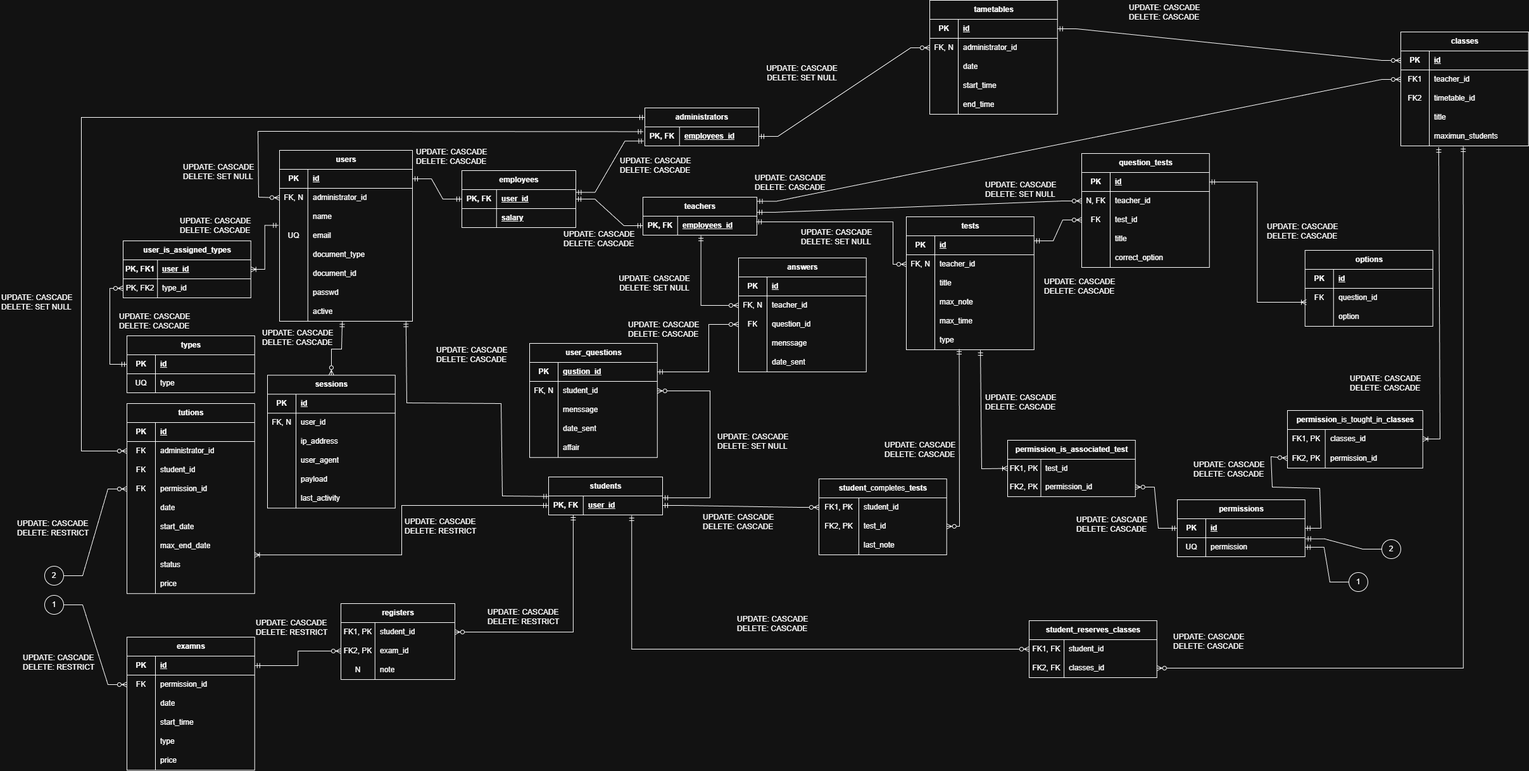
Before: zOthers/DisenoBD/disenoLogicoAutoquiray.drawio.png, a diagram exported from draw.io (Timmo230/autoquiray). Source tidied: cells renumbered, new cells last; positions are measured from the earlier drawing's top-left corner, leaving out a move shared by most shapes.
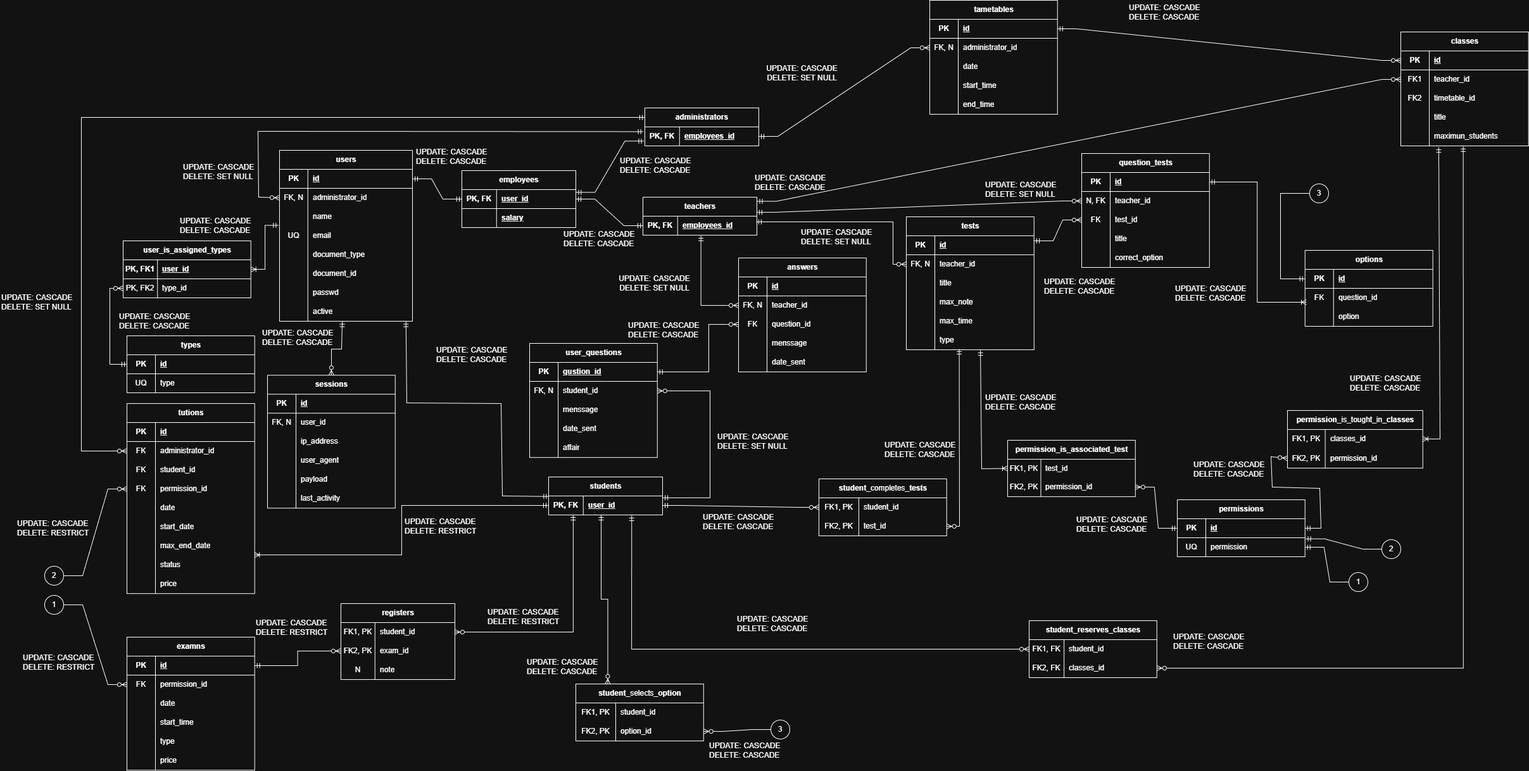
The same diagram one commit later.

Diff of the diagram source:
```diff
@@ -290,7 +290,7 @@
       </mxGeometry>
     </mxCell>
     <mxCell id="95" value="student_&lt;span style=&quot;font-weight: 400; text-wrap-mode: wrap;&quot;&gt;completes&lt;/span&gt;_tests" style="shape=table;startSize=30;rowLines=0;fontStyle=1;align=center;html=1;" parent="1" vertex="1">
-      <mxGeometry x="1293" y="756" width="201.8" height="120" as="geometry" />
+      <mxGeometry x="1293" y="756" width="201.8" height="90" as="geometry" />
     </mxCell>
     <mxCell id="96" style="shape=tableRow;horizontal=0;startSize=0;swimlaneHead=0;swimlaneBody=0;fillColor=none;points=[[0,0.5],[1,0.5]];portConstraint=eastwest;top=0;left=0;right=0;bottom=0;" parent="95" vertex="1">
       <mxGeometry y="30" width="201.8" height="30" as="geometry" />
@@ -310,15 +310,6 @@
     <mxCell id="101" value="test_id" style="shape=partialRectangle;fillColor=none;top=0;left=0;bottom=0;right=0;align=left;spacingLeft=6;overflow=hidden;whiteSpace=wrap;html=1;" parent="99" vertex="1">
       <mxGeometry x="63" width="138.8" height="30" as="geometry" />
     </mxCell>
-    <mxCell id="102" style="shape=tableRow;horizontal=0;startSize=0;swimlaneHead=0;swimlaneBody=0;fillColor=none;top=0;left=0;right=0;bottom=0;swimlaneLine=1;strokeColor=default;" parent="95" vertex="1">
-      <mxGeometry y="90" width="201.8" height="30" as="geometry" />
-    </mxCell>
-    <mxCell id="103" style="shape=partialRectangle;fillColor=none;top=0;left=0;bottom=0;right=0;overflow=hidden;whiteSpace=wrap;html=1;" parent="102" vertex="1">
-      <mxGeometry width="63" height="30" as="geometry" />
-    </mxCell>
-    <mxCell id="104" value="last_note" style="shape=partialRectangle;fillColor=none;top=0;left=0;bottom=0;right=0;align=left;spacingLeft=6;overflow=hidden;whiteSpace=wrap;html=1;labelBorderColor=none;" parent="102" vertex="1">
-      <mxGeometry x="63" width="138.8" height="30" as="geometry" />
-    </mxCell>
     <mxCell id="105" style="edgeStyle=entityRelationEdgeStyle;fontSize=12;html=1;endArrow=ERzeroToMany;startArrow=ERmandOne;rounded=0;exitX=1;exitY=0.5;exitDx=0;exitDy=0;entryX=0;entryY=0.5;entryDx=0;entryDy=0;" parent="1" edge="1" source="36" target="96">
       <mxGeometry relative="1" as="geometry" />
     </mxCell>
@@ -952,7 +943,7 @@
       <mxGeometry x="2130" y="590" width="120" height="30" as="geometry" />
     </mxCell>
     <mxCell id="302" value="UPDATE: CASCADE&lt;div&gt;DELETE: CASCADE&lt;/div&gt;" style="text;html=1;whiteSpace=wrap;strokeColor=none;fillColor=none;align=left;verticalAlign=middle;rounded=0;" parent="1" vertex="1">
-      <mxGeometry x="1999" y="350" width="120" height="30" as="geometry" />
+      <mxGeometry x="1854" y="448" width="120" height="30" as="geometry" />
     </mxCell>
     <mxCell id="303" value="UPDATE: CASCADE&lt;div&gt;DELETE: SET NULL&lt;/div&gt;" style="text;html=1;whiteSpace=wrap;strokeColor=none;fillColor=none;align=left;verticalAlign=middle;rounded=0;" parent="1" vertex="1">
       <mxGeometry y="462" width="139" height="30" as="geometry" />
@@ -1113,5 +1104,53 @@
     <mxCell id="352" value="UPDATE: CASCADE&lt;div&gt;DELETE: CASCADE&lt;/div&gt;" style="text;html=1;whiteSpace=wrap;strokeColor=none;fillColor=none;align=left;verticalAlign=middle;rounded=0;" parent="1" vertex="1">
       <mxGeometry x="412" y="518" width="120" height="30" as="geometry" />
     </mxCell>
+    <mxCell id="353" value="student_&lt;span style=&quot;font-weight: 400; text-wrap-mode: wrap;&quot;&gt;selects&lt;/span&gt;_option" style="shape=table;startSize=30;rowLines=0;fontStyle=1;align=center;html=1;" parent="1" vertex="1">
+      <mxGeometry x="909" y="1080" width="201.8" height="90" as="geometry" />
+    </mxCell>
+    <mxCell id="354" style="shape=tableRow;horizontal=0;startSize=0;swimlaneHead=0;swimlaneBody=0;fillColor=none;top=0;left=0;right=0;bottom=0;" parent="353" vertex="1">
+      <mxGeometry y="30" width="201.8" height="30" as="geometry" />
+    </mxCell>
+    <mxCell id="355" value="FK1, PK" style="shape=partialRectangle;fillColor=none;top=0;left=0;bottom=0;right=0;overflow=hidden;whiteSpace=wrap;html=1;" parent="354" vertex="1">
+      <mxGeometry width="63" height="30" as="geometry" />
+    </mxCell>
+    <mxCell id="356" value="student_id" style="shape=partialRectangle;fillColor=none;top=0;left=0;bottom=0;right=0;align=left;spacingLeft=6;overflow=hidden;whiteSpace=wrap;html=1;" parent="354" vertex="1">
+      <mxGeometry x="63" width="138.8" height="30" as="geometry" />
+    </mxCell>
+    <mxCell id="357" style="shape=tableRow;horizontal=0;startSize=0;swimlaneHead=0;swimlaneBody=0;fillColor=none;points=[[0,0.5],[1,0.5]];portConstraint=eastwest;top=0;left=0;right=0;bottom=0;" parent="353" vertex="1">
+      <mxGeometry y="60" width="201.8" height="30" as="geometry" />
+    </mxCell>
+    <mxCell id="358" value="FK2, PK" style="shape=partialRectangle;fillColor=none;top=0;left=0;bottom=0;right=0;overflow=hidden;whiteSpace=wrap;html=1;" parent="357" vertex="1">
+      <mxGeometry width="63" height="30" as="geometry" />
+    </mxCell>
+    <mxCell id="359" value="option_id" style="shape=partialRectangle;fillColor=none;top=0;left=0;bottom=0;right=0;align=left;spacingLeft=6;overflow=hidden;whiteSpace=wrap;html=1;" parent="357" vertex="1">
+      <mxGeometry x="63" width="138.8" height="30" as="geometry" />
+    </mxCell>
+    <mxCell id="360" style="fontSize=12;html=1;endArrow=ERzeroToMany;startArrow=ERmandOne;rounded=0;entryX=0.25;entryY=0;entryDx=0;entryDy=0;edgeStyle=elbowEdgeStyle;elbow=vertical;" parent="1" edge="1" target="353">
+      <mxGeometry relative="1" as="geometry">
+        <mxPoint x="949" y="813" as="sourcePoint" />
+      </mxGeometry>
+    </mxCell>
+    <mxCell id="361" value="3" style="ellipse;whiteSpace=wrap;html=1;" parent="1" vertex="1">
+      <mxGeometry x="1217" y="1137" width="30" height="30" as="geometry" />
+    </mxCell>
+    <mxCell id="362" style="edgeStyle=entityRelationEdgeStyle;fontSize=12;html=1;endArrow=ERzeroToMany;endFill=1;rounded=0;exitX=0;exitY=0.5;exitDx=0;exitDy=0;" parent="1" edge="1" source="361" target="357">
+      <mxGeometry relative="1" as="geometry" />
+    </mxCell>
+    <mxCell id="363" value="3" style="ellipse;whiteSpace=wrap;html=1;" parent="1" vertex="1">
+      <mxGeometry x="2068" y="290" width="30" height="30" as="geometry" />
+    </mxCell>
+    <mxCell id="364" style="edgeStyle=elbowEdgeStyle;fontSize=12;html=1;endArrow=ERmandOne;rounded=0;exitX=0;exitY=0.5;exitDx=0;exitDy=0;entryX=0;entryY=0.5;entryDx=0;entryDy=0;" parent="1" edge="1" source="363" target="255">
+      <mxGeometry relative="1" as="geometry">
+        <Array as="points">
+          <mxPoint x="2022" y="382" />
+        </Array>
+      </mxGeometry>
+    </mxCell>
+    <mxCell id="365" value="UPDATE: CASCADE&lt;div&gt;DELETE: CASCADE&lt;/div&gt;" style="text;html=1;whiteSpace=wrap;strokeColor=none;fillColor=none;align=left;verticalAlign=middle;rounded=0;" parent="1" vertex="1">
+      <mxGeometry x="830" y="1038" width="120" height="30" as="geometry" />
+    </mxCell>
+    <mxCell id="366" value="UPDATE: CASCADE&lt;div&gt;DELETE: CASCADE&lt;/div&gt;" style="text;html=1;whiteSpace=wrap;strokeColor=none;fillColor=none;align=left;verticalAlign=middle;rounded=0;" parent="1" vertex="1">
+      <mxGeometry x="1118" y="1170" width="120" height="30" as="geometry" />
+    </mxCell>
   </root>
 </mxGraphModel>
```
